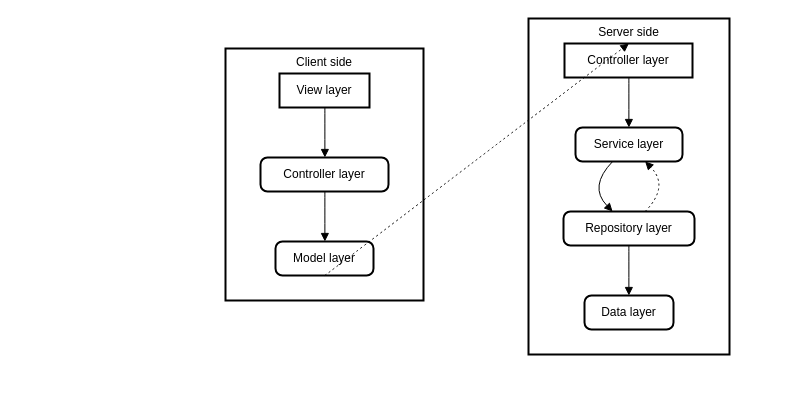
Before: FWRP.drawio in panjuncai/Req, a draw.io diagram. Source tidied: cells renumbered, new cells numbered last; positions are measured from the earlier drawing's top-left corner, leaving out a move shared by most shapes. Both pictures are drawn from the tidied source at 100%, with x=0, y=0 at pixel (225, 18).
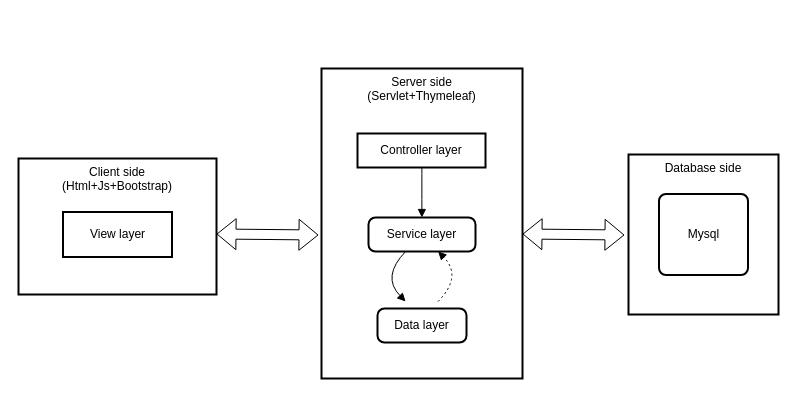
The same diagram, later.

Commit message:
FWRP-application architecture.drawio

Diff of the diagram source:
```diff
@@
-    <mxCell id="2" value="Server side" style="whiteSpace=wrap;strokeWidth=2;verticalAlign=top;" parent="1" vertex="1">
-      <mxGeometry x="303" width="201" height="336" as="geometry" />
+    <mxCell id="2" value="Server side&#10;(Servlet+Thymeleaf)" style="whiteSpace=wrap;strokeWidth=2;verticalAlign=top;" parent="1" vertex="1">
+      <mxGeometry x="96" y="50" width="201" height="310" as="geometry" />
     </mxCell>
     <mxCell id="3" value="Service layer" style="rounded=1;absoluteArcSize=1;arcSize=14;whiteSpace=wrap;strokeWidth=2;" parent="1" vertex="1">
-      <mxGeometry x="350" y="109" width="107" height="34" as="geometry" />
+      <mxGeometry x="143" y="199" width="107" height="34" as="geometry" />
     </mxCell>
     <mxCell id="4" value="Controller layer" style="whiteSpace=wrap;strokeWidth=2;" parent="1" vertex="1">
-      <mxGeometry x="339" y="25" width="128" height="34" as="geometry" />
+      <mxGeometry x="132" y="115" width="128" height="34" as="geometry" />
     </mxCell>
-    <mxCell id="5" value="Repository layer" style="rounded=1;absoluteArcSize=1;arcSize=14;whiteSpace=wrap;strokeWidth=2;" parent="1" vertex="1">
-      <mxGeometry x="338" y="193" width="131" height="34" as="geometry" />
-    </mxCell>
     <mxCell id="6" value="Data layer" style="rounded=1;absoluteArcSize=1;arcSize=14;whiteSpace=wrap;strokeWidth=2;" parent="1" vertex="1">
-      <mxGeometry x="359" y="277" width="89" height="34" as="geometry" />
+      <mxGeometry x="152" y="290" width="89" height="34" as="geometry" />
     </mxCell>
+    <mxCell id="18" style="edgeStyle=none;rounded=0;orthogonalLoop=1;jettySize=auto;html=1;exitX=1;exitY=0.25;exitDx=0;exitDy=0;strokeColor=default;shape=flexArrow;endArrow=block;endFill=0;startArrow=block;" parent="1" edge="1">
+      <mxGeometry relative="1" as="geometry">
+        <mxPoint x="-9" y="215.5" as="sourcePoint" />
+        <mxPoint x="93" y="216.5" as="targetPoint" />
+      </mxGeometry>
+    </mxCell>
-    <mxCell id="7" value="Client side" style="whiteSpace=wrap;strokeWidth=2;verticalAlign=top;" parent="1" vertex="1">
-      <mxGeometry y="30" width="198" height="252" as="geometry" />
+    <mxCell id="7" value="Client side&#10;(Html+Js+Bootstrap)&#10;" style="whiteSpace=wrap;strokeWidth=2;verticalAlign=top;" parent="1" vertex="1">
+      <mxGeometry x="-207" y="140" width="198" height="136" as="geometry" />
     </mxCell>
-    <mxCell id="8" value="Controller layer" style="rounded=1;absoluteArcSize=1;arcSize=14;whiteSpace=wrap;strokeWidth=2;" parent="1" vertex="1">
-      <mxGeometry x="35" y="139" width="128" height="34" as="geometry" />
-    </mxCell>
     <mxCell id="9" value="View layer" style="whiteSpace=wrap;strokeWidth=2;" parent="1" vertex="1">
-      <mxGeometry x="54" y="55" width="90" height="34" as="geometry" />
+      <mxGeometry x="-162.5" y="193.5" width="109" height="45" as="geometry" />
     </mxCell>
-    <mxCell id="10" value="Model layer" style="rounded=1;absoluteArcSize=1;arcSize=14;whiteSpace=wrap;strokeWidth=2;" parent="1" vertex="1">
-      <mxGeometry x="50" y="223" width="98" height="34" as="geometry" />
-    </mxCell>
-    <mxCell id="11" style="curved=1;startArrow=none;endArrow=block;exitX=0.5041666666666667;exitY=1;entryX=0.5029296875;entryY=0;" parent="1" edge="1" source="9" target="8">
-      <mxGeometry relative="1" as="geometry" />
-    </mxCell>
-    <mxCell id="12" style="curved=1;startArrow=none;endArrow=block;exitX=0.5029296875;exitY=1;entryX=0.5038265306122449;entryY=0;" parent="1" edge="1" source="8" target="10">
-      <mxGeometry relative="1" as="geometry" />
-    </mxCell>
@@
-    <mxCell id="14" style="curved=1;startArrow=none;endArrow=block;exitX=0.3468096350689808;exitY=1;entryX=0.3748750454380225;entryY=0;" parent="1" edge="1" source="3" target="5">
+    <mxCell id="14" style="curved=1;startArrow=none;endArrow=block;exitX=0.3468096350689808;exitY=1;entryX=0.3748750454380225;entryY=0;" parent="1" edge="1" source="3">
       <mxGeometry relative="1" as="geometry">
+        <mxPoint x="180.1" y="283" as="targetPoint" />
         <Array as="points">
-          <mxPoint x="363" y="168" />
+          <mxPoint x="156" y="258" />
         </Array>
       </mxGeometry>
     </mxCell>
-    <mxCell id="15" style="curved=1;startArrow=none;endArrow=block;exitX=0.49904580152671757;exitY=1;entryX=0.49859550561797755;entryY=0;" parent="1" edge="1" source="5" target="6">
-      <mxGeometry relative="1" as="geometry" />
-    </mxCell>
-    <mxCell id="16" style="curved=1;dashed=1;dashPattern=2 3;startArrow=none;endArrow=block;exitX=0.5038265306122449;exitY=1;entryX=0.5029296875;entryY=0;" parent="1" edge="1" source="10" target="4">
-      <mxGeometry relative="1" as="geometry" />
-    </mxCell>
-    <mxCell id="17" style="curved=1;dashed=1;dashPattern=2 3;startArrow=none;endArrow=block;exitX=0.6232165576154126;exitY=0;entryX=0.6508539163328884;entryY=1;" parent="1" edge="1" source="5" target="3">
+    <mxCell id="17" style="curved=1;dashed=1;dashPattern=2 3;startArrow=none;endArrow=block;exitX=0.6232165576154126;exitY=0;entryX=0.6508539163328884;entryY=1;" parent="1" edge="1" target="3">
       <mxGeometry relative="1" as="geometry">
+        <mxPoint x="212.6" y="283" as="sourcePoint" />
         <Array as="points">
-          <mxPoint x="444" y="168" />
+          <mxPoint x="237" y="258" />
         </Array>
       </mxGeometry>
     </mxCell>
+    <mxCell id="19" value="Database side" style="whiteSpace=wrap;strokeWidth=2;verticalAlign=top;" parent="1" vertex="1">
+      <mxGeometry x="403" y="136" width="150" height="160" as="geometry" />
+    </mxCell>
+    <mxCell id="20" value="Mysql" style="rounded=1;absoluteArcSize=1;arcSize=14;whiteSpace=wrap;strokeWidth=2;" parent="1" vertex="1">
+      <mxGeometry x="433.5" y="175.5" width="89" height="81" as="geometry" />
+    </mxCell>
+    <mxCell id="21" style="edgeStyle=none;rounded=0;orthogonalLoop=1;jettySize=auto;html=1;exitX=1;exitY=0.25;exitDx=0;exitDy=0;strokeColor=default;shape=flexArrow;endArrow=block;endFill=0;startArrow=block;" parent="1" edge="1">
+      <mxGeometry relative="1" as="geometry">
+        <mxPoint x="297" y="215.5" as="sourcePoint" />
+        <mxPoint x="399" y="216.5" as="targetPoint" />
+      </mxGeometry>
+    </mxCell>
```
